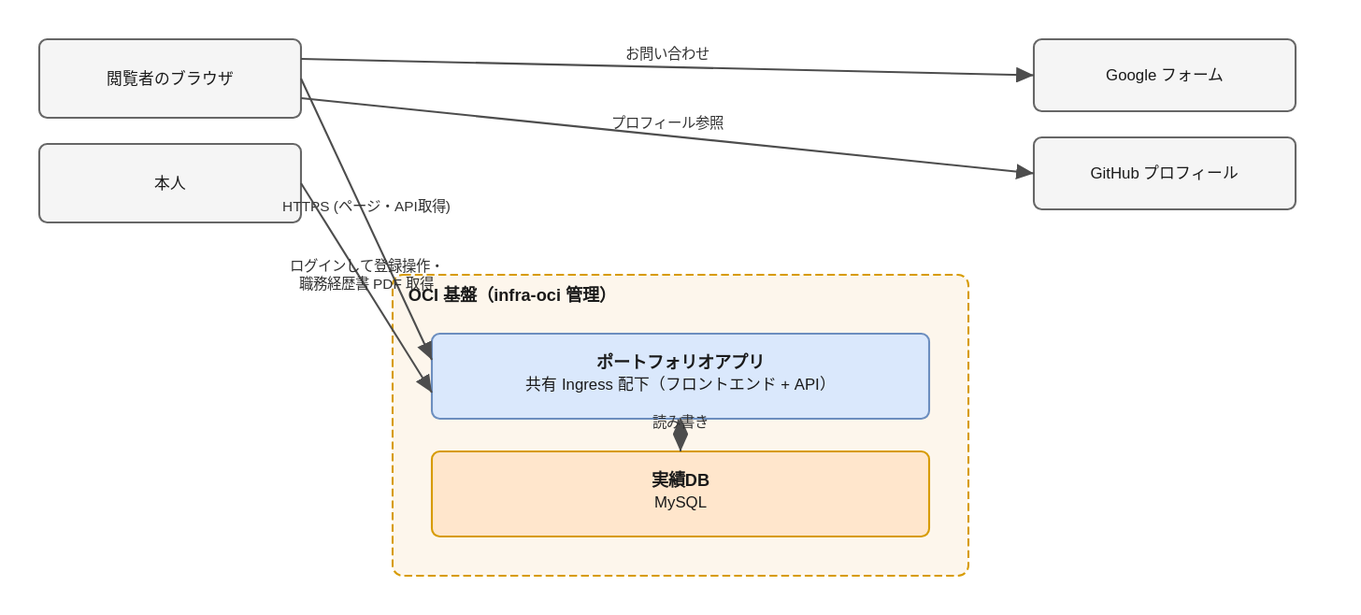
This is docs/02.design/99.appendix/別紙_システム構成図.drawio.svg from Seiya-Nakagawa/Portfolio, a draw.io export, as it was before one commit. Source tidied: cells renumbered, new cells last; positions are measured from the earlier drawing's top-left corner, leaving out a move shared by most shapes.
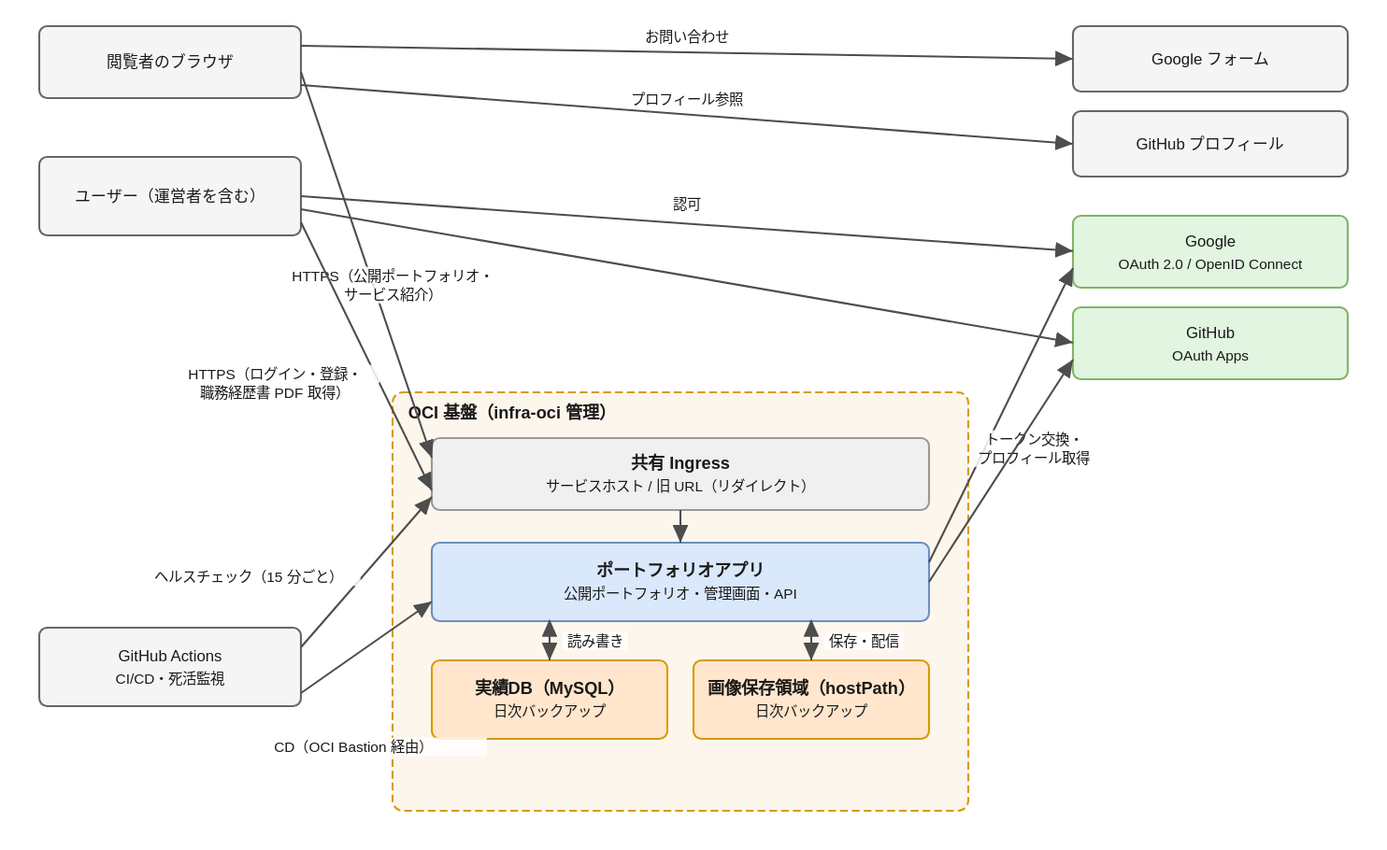
Above is the later version.

What changed in the source:
```diff
@@ -3,55 +3,118 @@
     <mxCell id="0" />
     <mxCell id="1" parent="0" />
     <mxCell id="2" value="閲覧者のブラウザ" style="rounded=1;arcSize=6;whiteSpace=wrap;html=1;fontSize=12;fontStyle=0;fillColor=#f5f5f5;strokeColor=#666666;" parent="1" vertex="1">
-      <mxGeometry width="200" height="60" as="geometry" />
+      <mxGeometry y="-10" width="200" height="55" as="geometry" />
     </mxCell>
-    <mxCell id="3" value="本人" style="rounded=1;arcSize=6;whiteSpace=wrap;html=1;fontSize=12;fontStyle=0;fillColor=#f5f5f5;strokeColor=#666666;" parent="1" vertex="1">
-      <mxGeometry y="80" width="200" height="60" as="geometry" />
-    </mxCell>
+    <mxCell id="14" value="ユーザー（運営者を含む）" style="rounded=1;arcSize=6;whiteSpace=wrap;html=1;fontSize=12;fontStyle=0;fillColor=#f5f5f5;strokeColor=#666666;" parent="1" vertex="1">
+      <mxGeometry y="90" width="200" height="60" as="geometry" />
+    </mxCell>
+    <mxCell id="15" value="GitHub Actions&amp;#10;CI/CD・死活監視" style="rounded=1;arcSize=6;whiteSpace=wrap;html=1;fontSize=12;fontStyle=0;fillColor=#f5f5f5;strokeColor=#666666;" parent="1" vertex="1">
+      <mxGeometry y="450" width="200" height="60" as="geometry" />
+    </mxCell>
     <mxCell id="4" value="Google フォーム" style="rounded=1;arcSize=6;whiteSpace=wrap;html=1;fontSize=12;fontStyle=0;fillColor=#f5f5f5;strokeColor=#666666;" parent="1" vertex="1">
-      <mxGeometry x="760" width="200" height="55" as="geometry" />
+      <mxGeometry x="790" y="-10" width="210" height="50" as="geometry" />
     </mxCell>
     <mxCell id="5" value="GitHub プロフィール" style="rounded=1;arcSize=6;whiteSpace=wrap;html=1;fontSize=12;fontStyle=0;fillColor=#f5f5f5;strokeColor=#666666;" parent="1" vertex="1">
-      <mxGeometry x="760" y="75" width="200" height="55" as="geometry" />
+      <mxGeometry x="790" y="55" width="210" height="50" as="geometry" />
     </mxCell>
+    <mxCell id="16" value="Google&amp;#10;OAuth 2.0 / OpenID Connect" style="rounded=1;arcSize=6;whiteSpace=wrap;html=1;fontSize=12;fontStyle=0;fillColor=#e1f5e1;strokeColor=#82b366;" parent="1" vertex="1">
+      <mxGeometry x="790" y="135" width="210" height="55" as="geometry" />
+    </mxCell>
+    <mxCell id="17" value="GitHub&amp;#10;OAuth Apps" style="rounded=1;arcSize=6;whiteSpace=wrap;html=1;fontSize=12;fontStyle=0;fillColor=#e1f5e1;strokeColor=#82b366;" parent="1" vertex="1">
+      <mxGeometry x="790" y="205" width="210" height="55" as="geometry" />
+    </mxCell>
     <mxCell id="6" value="OCI 基盤（infra-oci 管理）" style="rounded=1;arcSize=6;whiteSpace=wrap;html=1;verticalAlign=top;align=left;spacingLeft=10;spacingTop=2;fontSize=13;fontStyle=1;fillColor=#fdf6ec;strokeColor=#d79b00;dashed=1;dashPattern=6 3;" parent="1" vertex="1">
-      <mxGeometry x="270" y="180" width="440" height="230" as="geometry" />
+      <mxGeometry x="270" y="270" width="440" height="320" as="geometry" />
     </mxCell>
+    <mxCell id="18" value="共有 Ingress&amp;#10;サービスホスト / 旧 URL（リダイレクト）" style="rounded=1;arcSize=6;whiteSpace=wrap;html=1;fontSize=13;fontStyle=1;fillColor=#f0f0f0;strokeColor=#999999;" parent="1" vertex="1">
+      <mxGeometry x="300" y="305" width="380" height="55" as="geometry" />
+    </mxCell>
-    <mxCell id="7" value="ポートフォリオアプリ&amp;#10;共有 Ingress 配下（フロントエンド + API）" style="rounded=1;arcSize=6;whiteSpace=wrap;html=1;fontSize=13;fontStyle=1;fillColor=#dae8fc;strokeColor=#6c8ebf;" parent="1" vertex="1">
-      <mxGeometry x="300" y="225" width="380" height="65" as="geometry" />
+    <mxCell id="7" value="ポートフォリオアプリ&amp;#10;公開ポートフォリオ・管理画面・API" style="rounded=1;arcSize=6;whiteSpace=wrap;html=1;fontSize=13;fontStyle=1;fillColor=#dae8fc;strokeColor=#6c8ebf;" parent="1" vertex="1">
+      <mxGeometry x="300" y="385" width="380" height="60" as="geometry" />
     </mxCell>
-    <mxCell id="8" value="実績DB&amp;#10;MySQL" style="rounded=1;arcSize=6;whiteSpace=wrap;html=1;fontSize=13;fontStyle=1;fillColor=#ffe6cc;strokeColor=#d79b00;" parent="1" vertex="1">
-      <mxGeometry x="300" y="315" width="380" height="65" as="geometry" />
+    <mxCell id="8" value="実績DB（MySQL）&amp;#10;日次バックアップ" style="rounded=1;arcSize=6;whiteSpace=wrap;html=1;fontSize=13;fontStyle=1;fillColor=#ffe6cc;strokeColor=#d79b00;" parent="1" vertex="1">
+      <mxGeometry x="300" y="475" width="180" height="60" as="geometry" />
     </mxCell>
+    <mxCell id="19" value="画像保存領域（hostPath）&amp;#10;日次バックアップ" style="rounded=1;arcSize=6;whiteSpace=wrap;html=1;fontSize=13;fontStyle=1;fillColor=#ffe6cc;strokeColor=#d79b00;" parent="1" vertex="1">
+      <mxGeometry x="500" y="475" width="180" height="60" as="geometry" />
+    </mxCell>
-    <mxCell id="9" value="HTTPS (ページ・API取得)" style="endArrow=block;html=1;rounded=0;strokeColor=#4d4d4d;strokeWidth=1.5;" parent="1" edge="1">
+    <mxCell id="9" value="HTTPS（公開ポートフォリオ・ サービス紹介）" style="endArrow=block;html=1;rounded=0;strokeColor=#4d4d4d;strokeWidth=1.5;" parent="1" edge="1">
       <mxGeometry relative="1" as="geometry">
-        <mxPoint x="200" y="30" as="sourcePoint" />
-        <mxPoint x="300" y="245" as="targetPoint" />
+        <mxPoint x="200" y="25" as="sourcePoint" />
+        <mxPoint x="300" y="320" as="targetPoint" />
       </mxGeometry>
     </mxCell>
-    <mxCell id="10" value="お問い合わせ" style="endArrow=block;html=1;rounded=0;strokeColor=#4d4d4d;strokeWidth=1.5;" parent="1" edge="1">
+    <mxCell id="10" value="HTTPS（ログイン・登録・ 職務経歴書 PDF 取得）" style="endArrow=block;html=1;rounded=0;strokeColor=#4d4d4d;strokeWidth=1.5;" parent="1" edge="1">
       <mxGeometry relative="1" as="geometry">
-        <mxPoint x="200" y="15" as="sourcePoint" />
-        <mxPoint x="760" y="27.5" as="targetPoint" />
+        <mxPoint x="200" y="140" as="sourcePoint" />
+        <mxPoint x="300" y="345" as="targetPoint" />
       </mxGeometry>
     </mxCell>
-    <mxCell id="11" value="プロフィール参照" style="endArrow=block;html=1;rounded=0;strokeColor=#4d4d4d;strokeWidth=1.5;" parent="1" edge="1">
+    <mxCell id="11" value="お問い合わせ" style="endArrow=block;html=1;rounded=0;strokeColor=#4d4d4d;strokeWidth=1.5;" parent="1" edge="1">
       <mxGeometry relative="1" as="geometry">
-        <mxPoint x="200" y="45" as="sourcePoint" />
-        <mxPoint x="760" y="102.5" as="targetPoint" />
+        <mxPoint x="200" y="5" as="sourcePoint" />
+        <mxPoint x="790" y="15" as="targetPoint" />
       </mxGeometry>
     </mxCell>
-    <mxCell id="12" value="ログインして登録操作・&amp;#10;職務経歴書 PDF 取得" style="endArrow=block;html=1;rounded=0;strokeColor=#4d4d4d;strokeWidth=1.5;" parent="1" edge="1">
+    <mxCell id="12" value="プロフィール参照" style="endArrow=block;html=1;rounded=0;strokeColor=#4d4d4d;strokeWidth=1.5;" parent="1" edge="1">
       <mxGeometry relative="1" as="geometry">
-        <mxPoint x="200" y="110" as="sourcePoint" />
-        <mxPoint x="300" y="270" as="targetPoint" />
+        <mxPoint x="200" y="35" as="sourcePoint" />
+        <mxPoint x="790" y="80" as="targetPoint" />
       </mxGeometry>
     </mxCell>
-    <mxCell id="13" value="読み書き" style="endArrow=block;html=1;rounded=0;strokeColor=#4d4d4d;strokeWidth=1.5;startArrow=block;startFill=1;" parent="1" edge="1">
+    <mxCell id="13" value="認可" style="endArrow=block;html=1;rounded=0;strokeColor=#4d4d4d;strokeWidth=1.5;" parent="1" edge="1">
       <mxGeometry relative="1" as="geometry">
-        <mxPoint x="490" y="290" as="sourcePoint" />
-        <mxPoint x="490" y="315" as="targetPoint" />
+        <mxPoint x="200" y="120" as="sourcePoint" />
+        <mxPoint x="790" y="162" as="targetPoint" />
       </mxGeometry>
     </mxCell>
+    <mxCell id="20" style="endArrow=block;html=1;rounded=0;strokeColor=#4d4d4d;strokeWidth=1.5;" parent="1" edge="1">
+      <mxGeometry relative="1" as="geometry">
+        <mxPoint x="200" y="130" as="sourcePoint" />
+        <mxPoint x="790" y="232" as="targetPoint" />
+      </mxGeometry>
+    </mxCell>
+    <mxCell id="21" value="トークン交換・ プロフィール取得" style="endArrow=block;html=1;rounded=0;strokeColor=#4d4d4d;strokeWidth=1.5;" parent="1" edge="1">
+      <mxGeometry relative="1" as="geometry">
+        <mxPoint x="680" y="400" as="sourcePoint" />
+        <mxPoint x="790" y="175" as="targetPoint" />
+      </mxGeometry>
+    </mxCell>
+    <mxCell id="22" style="endArrow=block;html=1;rounded=0;strokeColor=#4d4d4d;strokeWidth=1.5;" parent="1" edge="1">
+      <mxGeometry relative="1" as="geometry">
+        <mxPoint x="680" y="415" as="sourcePoint" />
+        <mxPoint x="790" y="245" as="targetPoint" />
+      </mxGeometry>
+    </mxCell>
+    <mxCell id="23" style="endArrow=block;html=1;rounded=0;strokeColor=#4d4d4d;strokeWidth=1.5;" parent="1" edge="1">
+      <mxGeometry relative="1" as="geometry">
+        <mxPoint x="490" y="360" as="sourcePoint" />
+        <mxPoint x="490" y="385" as="targetPoint" />
+      </mxGeometry>
+    </mxCell>
+    <mxCell id="24" value="読み書き" style="endArrow=block;html=1;rounded=0;strokeColor=#4d4d4d;strokeWidth=1.5;startArrow=block;startFill=1;" parent="1" edge="1">
+      <mxGeometry relative="1" as="geometry">
+        <mxPoint x="390" y="445" as="sourcePoint" />
+        <mxPoint x="390" y="475" as="targetPoint" />
+      </mxGeometry>
+    </mxCell>
+    <mxCell id="25" value="保存・配信" style="endArrow=block;html=1;rounded=0;strokeColor=#4d4d4d;strokeWidth=1.5;startArrow=block;startFill=1;" parent="1" edge="1">
+      <mxGeometry relative="1" as="geometry">
+        <mxPoint x="590" y="445" as="sourcePoint" />
+        <mxPoint x="590" y="475" as="targetPoint" />
+      </mxGeometry>
+    </mxCell>
+    <mxCell id="26" value="ヘルスチェック（15 分ごと）" style="endArrow=block;html=1;rounded=0;strokeColor=#4d4d4d;strokeWidth=1.5;" parent="1" edge="1">
+      <mxGeometry relative="1" as="geometry">
+        <mxPoint x="200" y="465" as="sourcePoint" />
+        <mxPoint x="300" y="350" as="targetPoint" />
+      </mxGeometry>
+    </mxCell>
+    <mxCell id="27" value="CD（OCI Bastion 経由）" style="endArrow=block;html=1;rounded=0;strokeColor=#4d4d4d;strokeWidth=1.5;" parent="1" edge="1">
+      <mxGeometry relative="1" as="geometry">
+        <mxPoint x="200" y="500" as="sourcePoint" />
+        <mxPoint x="300" y="430" as="targetPoint" />
+      </mxGeometry>
+    </mxCell>
   </root>
 </mxGraphModel>
```
